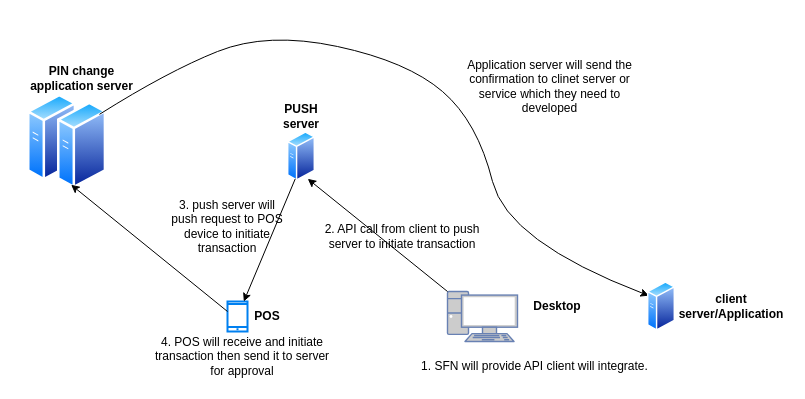
Earlier version of the draw.io diagram Untitled Diagram.drawio (faizsaifi21/faizsaifi). Source tidied: cells renumbered, new cells numbered last; positions are measured from the earlier drawing's top-left corner, leaving out a move shared by most shapes. Both pictures are drawn from the tidied source at 100%, with x=0, y=0 at pixel (24, 31).
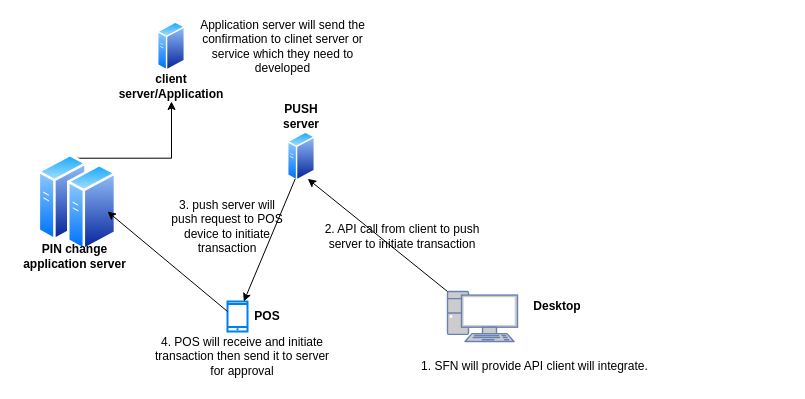
The same page after the edit.

Unchanged cells that the change refers to:
```xml
<mxCell id="4" style="html=1;verticalLabelPosition=bottom;align=center;labelBackgroundColor=#ffffff;verticalAlign=top;strokeWidth=2;strokeColor=#0080F0;shadow=0;dashed=0;shape=mxgraph.ios7.icons.smartphone;" parent="1" vertex="1">
  <mxGeometry x="203" y="270" width="20" height="30" as="geometry" />
</mxCell>
```

Diff of the diagram source:
```diff
@@
+    <mxCell id="22" style="edgeStyle=orthogonalEdgeStyle;rounded=0;jettySize=auto;html=1;exitX=0.75;exitY=0;exitDx=0;exitDy=0;" parent="1" edge="1" source="3" target="21">
+      <mxGeometry relative="1" as="geometry" />
+    </mxCell>
     <mxCell id="3" style="perimeter=ellipsePerimeter;html=1;align=center;shadow=0;dashed=0;spacingTop=3;image;image=img/lib/active_directory/generic_server.svg;" parent="1" vertex="1">
-      <mxGeometry x="3" y="62.1" width="49.2" height="87.9" as="geometry" />
+      <mxGeometry x="13.6" y="122.1" width="49.2" height="87.9" as="geometry" />
     </mxCell>
@@
     <mxCell id="5" style="perimeter=ellipsePerimeter;html=1;align=center;shadow=0;dashed=0;spacingTop=3;image;image=img/lib/active_directory/generic_server.svg;" parent="1" vertex="1">
-      <mxGeometry x="33" y="70" width="49.2" height="87.9" as="geometry" />
+      <mxGeometry x="43" y="132.1" width="49.2" height="87.9" as="geometry" />
     </mxCell>
@@
     <mxCell id="10" value="PIN change application server" style="text;html=1;strokeColor=none;fillColor=none;align=center;verticalAlign=middle;whiteSpace=wrap;rounded=0;strokeWidth=1;fontStyle=1;" parent="1" vertex="1">
-      <mxGeometry x="0.1" y="32.1" width="115" height="30" as="geometry" />
+      <mxGeometry x="-7" y="210" width="115" height="30" as="geometry" />
     </mxCell>
@@
-    <mxCell id="15" style="endArrow=classic;html=1;rounded=0;entryX=0.25;entryY=1;entryDx=0;entryDy=0;exitX=0;exitY=0.333;exitDx=0;exitDy=0;exitPerimeter=0;" parent="1" edge="1" source="4" target="5">
-      <mxGeometry relative="1" as="geometry" />
+    <mxCell id="15" style="endArrow=classic;html=1;rounded=0;exitX=0;exitY=0.333;exitDx=0;exitDy=0;exitPerimeter=0;" parent="1" edge="1" source="4">
+      <mxGeometry relative="1" as="geometry">
+        <mxPoint x="83" y="180" as="targetPoint" />
+      </mxGeometry>
     </mxCell>
@@
-    <mxCell id="18" style="curved=1;endArrow=classic;html=1;rounded=0;exitX=1;exitY=0;exitDx=0;exitDy=0;entryX=0;entryY=0.25;entryDx=0;entryDy=0;" parent="1" edge="1" source="5" target="20">
-      <mxGeometry relative="1" as="geometry">
-        <Array as="points">
-          <mxPoint x="143" y="40" />
-          <mxPoint x="243" />
-          <mxPoint x="383" y="30" />
-          <mxPoint x="453" y="90" />
-          <mxPoint x="483" y="210" />
-        </Array>
-      </mxGeometry>
-    </mxCell>
     <mxCell id="19" value="Application server will send the confirmation to clinet server or service which they need to developed" style="text;html=1;strokeColor=none;fillColor=none;align=center;verticalAlign=middle;whiteSpace=wrap;rounded=0;strokeWidth=1;" parent="1" vertex="1">
-      <mxGeometry x="428" y="40" width="195" height="30" as="geometry" />
+      <mxGeometry x="161" width="195" height="30" as="geometry" />
     </mxCell>
     <mxCell id="20" style="perimeter=ellipsePerimeter;html=1;align=center;shadow=0;dashed=0;spacingTop=3;image;image=img/lib/active_directory/generic_server.svg;strokeWidth=1;" parent="1" vertex="1">
-      <mxGeometry x="623" y="250" width="28" height="50" as="geometry" />
+      <mxGeometry x="133" y="-10" width="28" height="50" as="geometry" />
     </mxCell>
     <mxCell id="21" value="client server/Application" style="text;html=1;strokeColor=none;fillColor=none;align=center;verticalAlign=middle;whiteSpace=wrap;rounded=0;strokeWidth=1;fontStyle=1;" parent="1" vertex="1">
-      <mxGeometry x="651" y="260" width="112" height="30" as="geometry" />
+      <mxGeometry x="91" y="40" width="112" height="30" as="geometry" />
     </mxCell>
```
